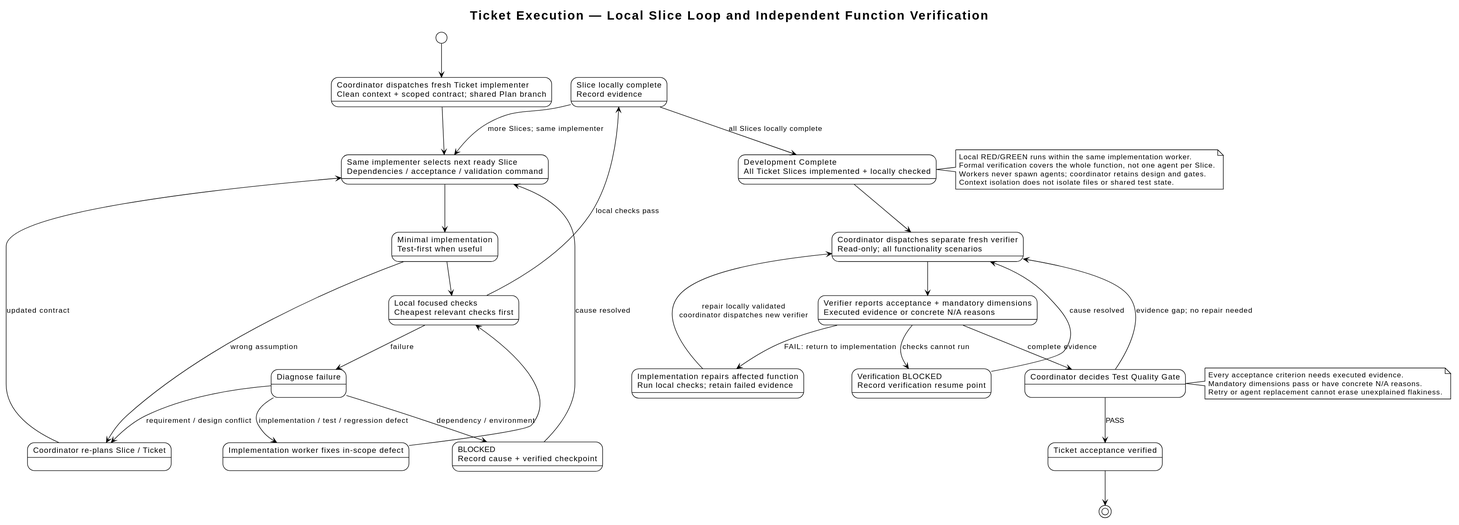
The PlantUML diagram docs/architecture/diagrams/ticket-slice-loop.svg in i-zrhe2016/codex-development-workflow, before a commit.
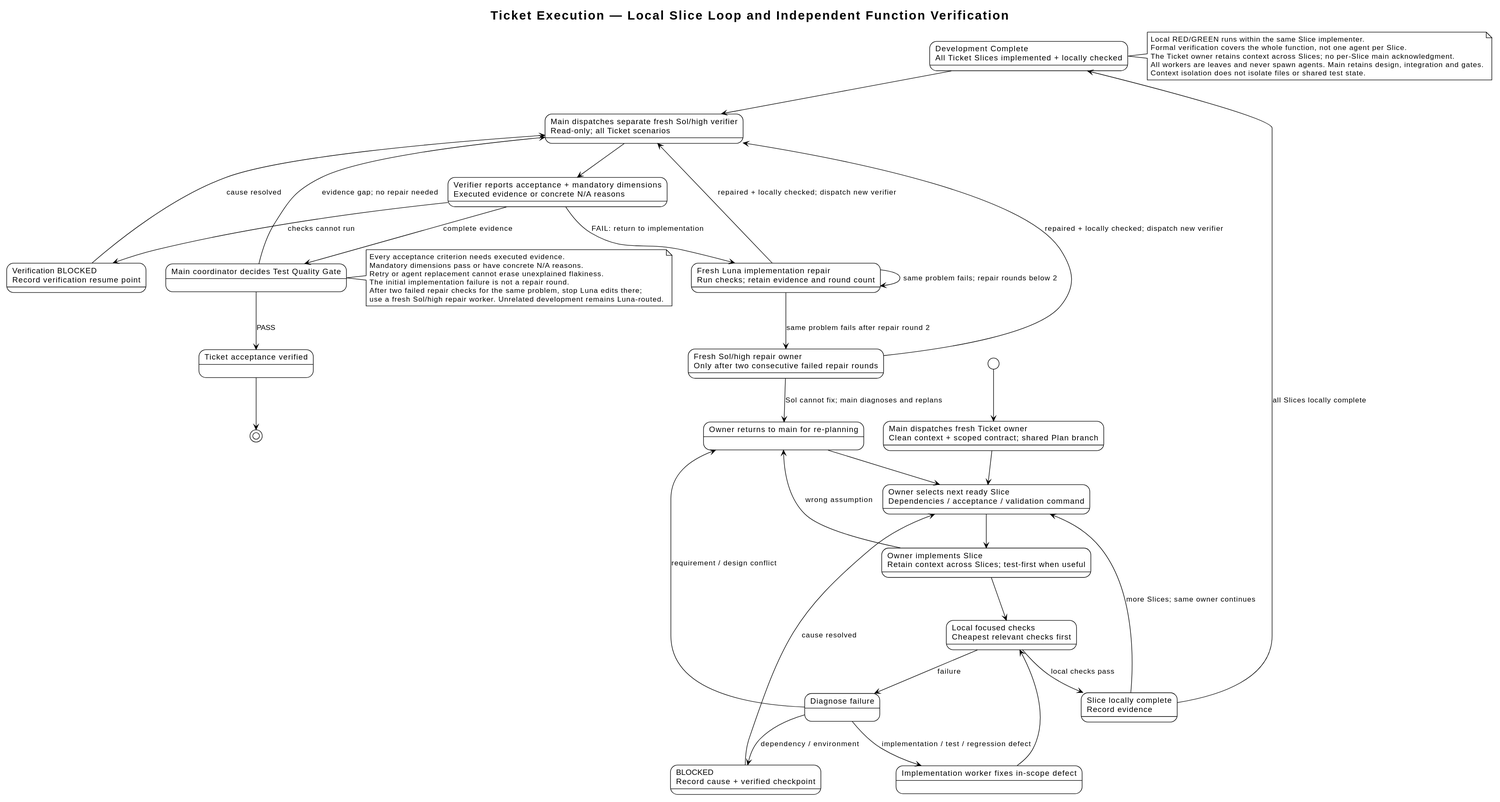
The same file after the commit.

Change to the diagram source:
```diff
@@ -6,20 +6,21 @@
 
 title Ticket Execution — Local Slice Loop and Independent Function Verification
 
-state "Coordinator dispatches fresh Ticket implementer\nClean context + scoped contract; shared Plan branch" as dispatch
-state "Same implementer selects next ready Slice\nDependencies / acceptance / validation command" as select
-state "Minimal implementation\nTest-first when useful" as implement
+state "Main dispatches fresh Ticket owner\nClean context + scoped contract; shared Plan branch" as dispatch
+state "Owner selects next ready Slice\nDependencies / acceptance / validation command" as select
+state "Owner implements Slice\nRetain context across Slices; test-first when useful" as implement
 state "Local focused checks\nCheapest relevant checks first" as focused
 state "Diagnose failure" as diagnose
 state "Implementation worker fixes in-scope defect" as fix
 state "BLOCKED\nRecord cause + verified checkpoint" as blocked
-state "Coordinator re-plans Slice / Ticket" as replan
+state "Owner returns to main for re-planning" as replan
 state "Slice locally complete\nRecord evidence" as slice_done
 state "Development Complete\nAll Ticket Slices implemented + locally checked" as developed
-state "Coordinator dispatches separate fresh verifier\nRead-only; all functionality scenarios" as verify
+state "Main dispatches separate fresh Sol/high verifier\nRead-only; all Ticket scenarios" as verify
 state "Verifier reports acceptance + mandatory dimensions\nExecuted evidence or concrete N/A reasons" as evidence
-state "Coordinator decides Test Quality Gate" as gate
-state "Implementation repairs affected function\nRun local checks; retain failed evidence" as repair
+state "Main coordinator decides Test Quality Gate" as gate
+state "Fresh Luna implementation repair\nRun checks; retain evidence and round count" as repair
+state "Fresh Sol/high repair owner\nOnly after two consecutive failed repair rounds" as sol_repair
 state "Verification BLOCKED\nRecord verification resume point" as verify_blocked
 state "Ticket acceptance verified" as ticket_done
 
@@ -35,13 +36,17 @@
 blocked --> select : cause resolved
 diagnose --> replan : requirement / design conflict
 implement --> replan : wrong assumption
-replan --> select : updated contract
-slice_done --> select : more Slices; same implementer
+replan --> select
+slice_done --> select : more Slices; same owner continues
 slice_done --> developed : all Slices locally complete
 developed --> verify
 verify --> evidence
 evidence --> repair : FAIL: return to implementation
-repair --> verify : repair locally validated\ncoordinator dispatches new verifier
+repair --> verify : repaired + locally checked; dispatch new verifier
+repair --> repair : same problem fails; repair rounds below 2
+repair --> sol_repair : same problem fails after repair round 2
+sol_repair --> verify : repaired + locally checked; dispatch new verifier
+sol_repair --> replan : Sol cannot fix; main diagnoses and replans
 evidence --> verify_blocked : checks cannot run
 verify_blocked --> verify : cause resolved
 evidence --> gate : complete evidence
@@ -50,9 +55,10 @@
 ticket_done --> [*]
 
 note right of developed
-Local RED/GREEN runs within the same implementation worker.
+Local RED/GREEN runs within the same Slice implementer.
 Formal verification covers the whole function, not one agent per Slice.
-Workers never spawn agents; coordinator retains design and gates.
+The Ticket owner retains context across Slices; no per-Slice main acknowledgment.
+All workers are leaves and never spawn agents. Main retains design, integration and gates.
 Context isolation does not isolate files or shared test state.
 end note
 
@@ -60,5 +66,8 @@
 Every acceptance criterion needs executed evidence.
 Mandatory dimensions pass or have concrete N/A reasons.
 Retry or agent replacement cannot erase unexplained flakiness.
+The initial implementation failure is not a repair round.
+After two failed repair checks for the same problem, stop Luna edits there;
+use a fresh Sol/high repair worker. Unrelated development remains Luna-routed.
 end note
 @enduml
```
